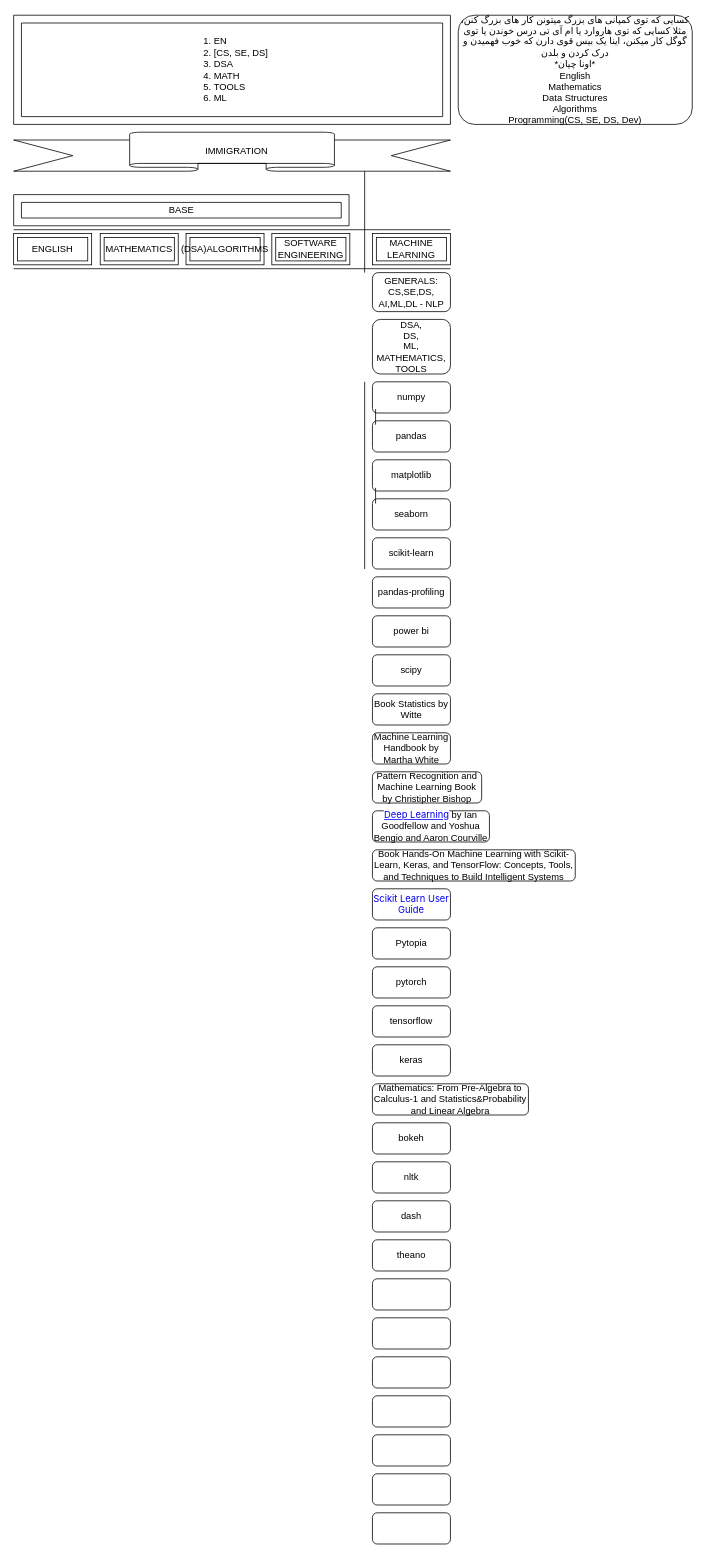
Earlier version of the draw.io diagram Specific-RoadMap/draw/Untitled Diagram.drawio (amir4v/dev). Source tidied: cells renumbered, new cells numbered last; positions are measured from the earlier drawing's top-left corner, leaving out a move shared by most shapes. Both pictures are drawn from the tidied source at 78%, with x=0, y=0 at pixel (13, 15).
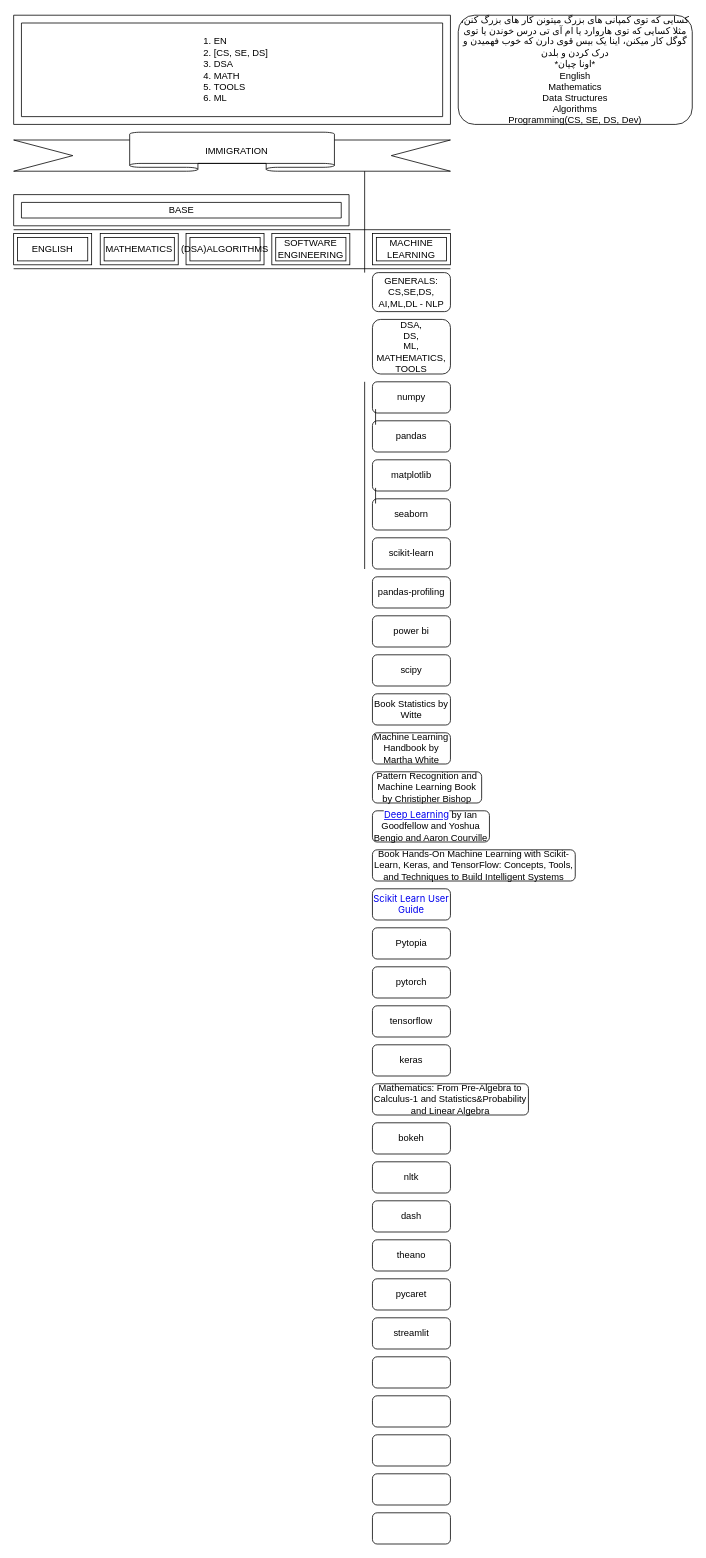
After the change.

What changed in the source:
```diff
@@
-    <mxCell id="38" style="rounded=1;whiteSpace=wrap;html=1;" parent="1" vertex="1">
+    <mxCell id="38" value="pycaret" style="rounded=1;whiteSpace=wrap;html=1;" parent="1" vertex="1">
       <mxGeometry x="460" y="1620" width="100" height="40" as="geometry" />
     </mxCell>
-    <mxCell id="39" style="rounded=1;whiteSpace=wrap;html=1;" parent="1" vertex="1">
+    <mxCell id="39" value="streamlit" style="rounded=1;whiteSpace=wrap;html=1;" parent="1" vertex="1">
       <mxGeometry x="460" y="1670" width="100" height="40" as="geometry" />
     </mxCell>
```
